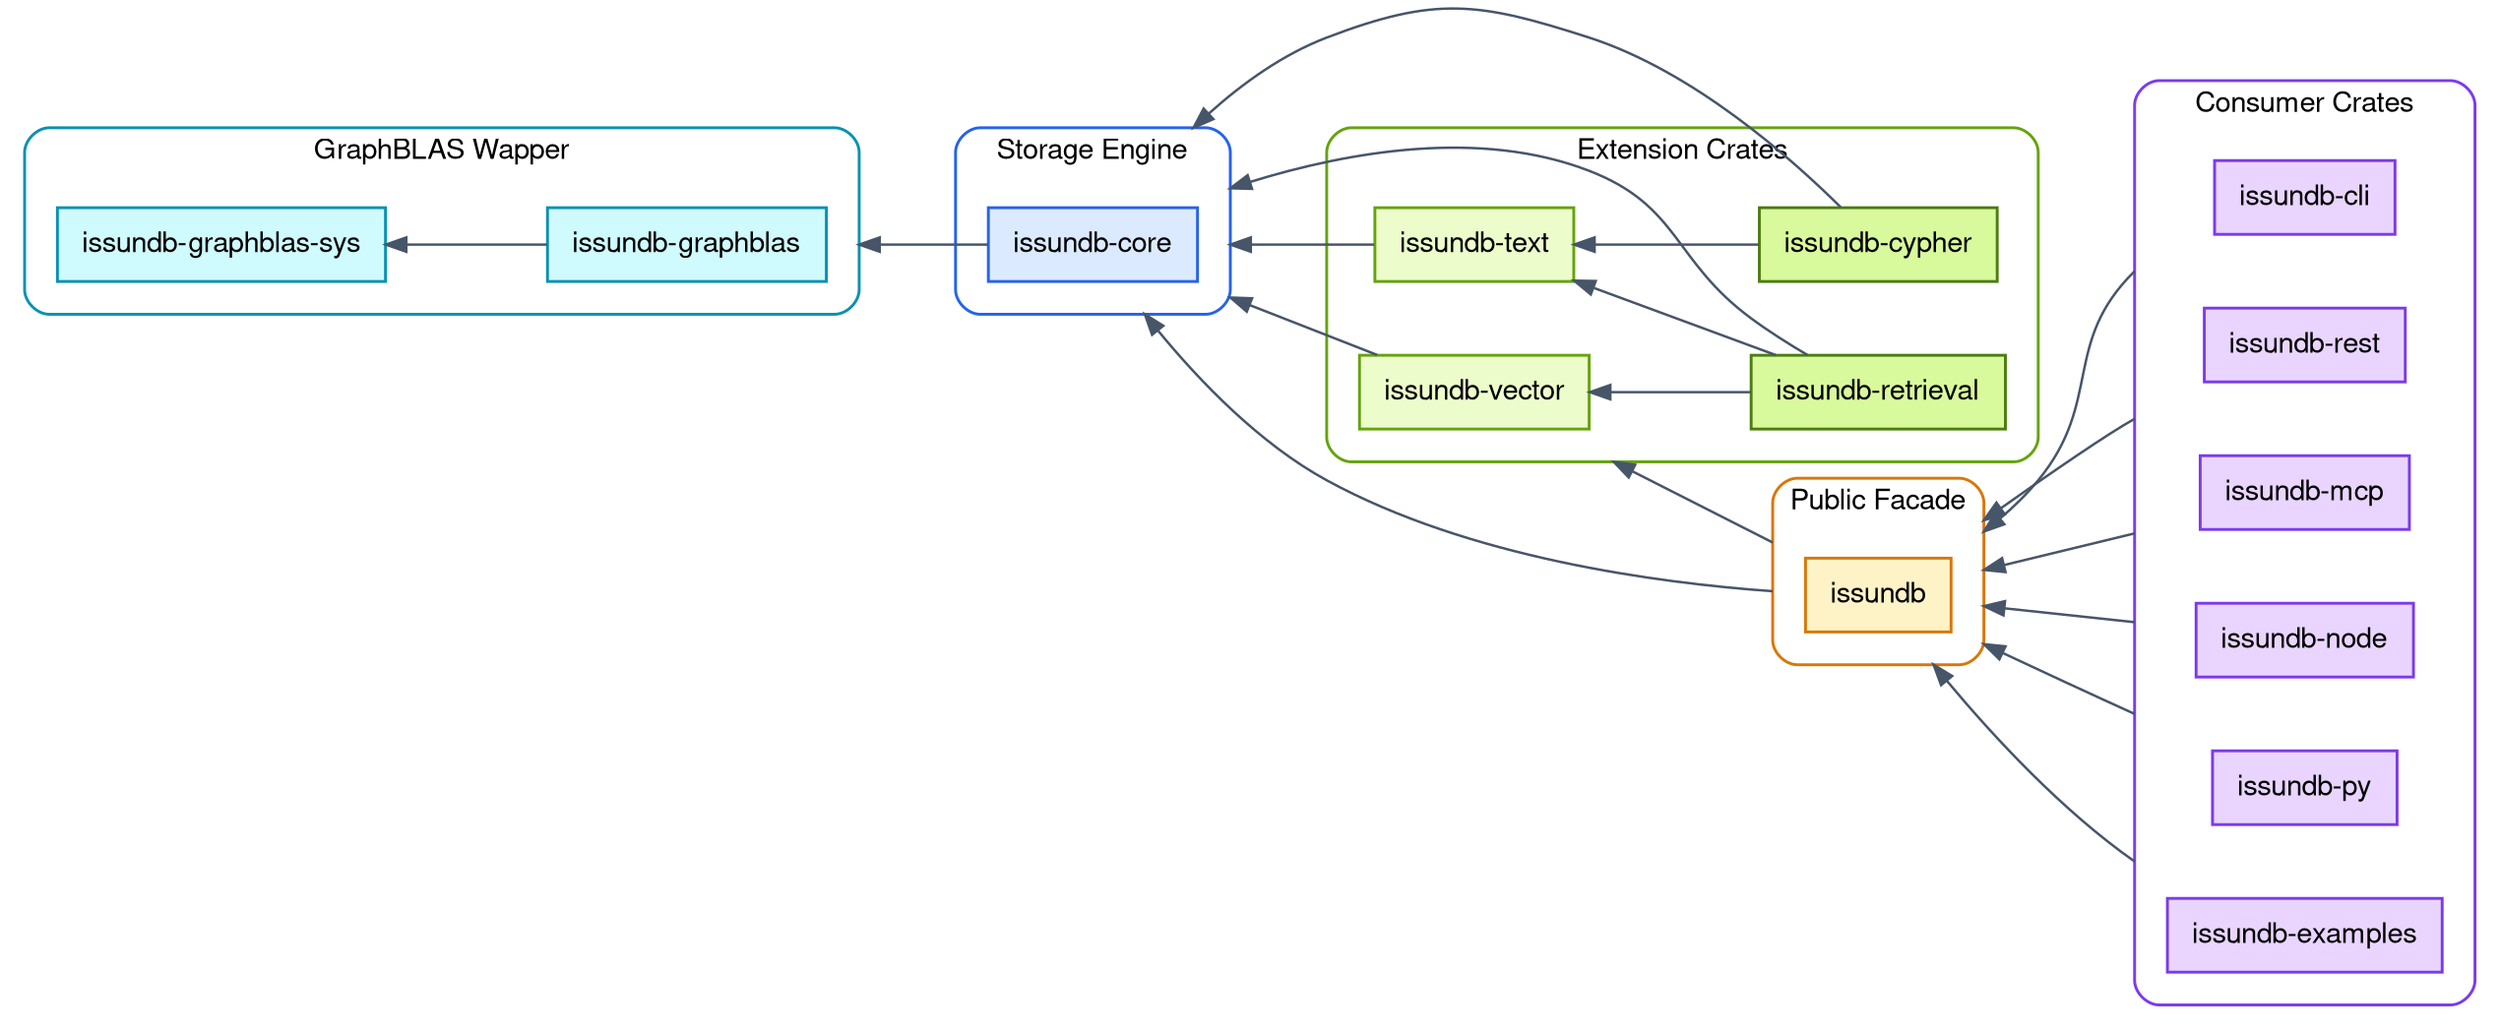
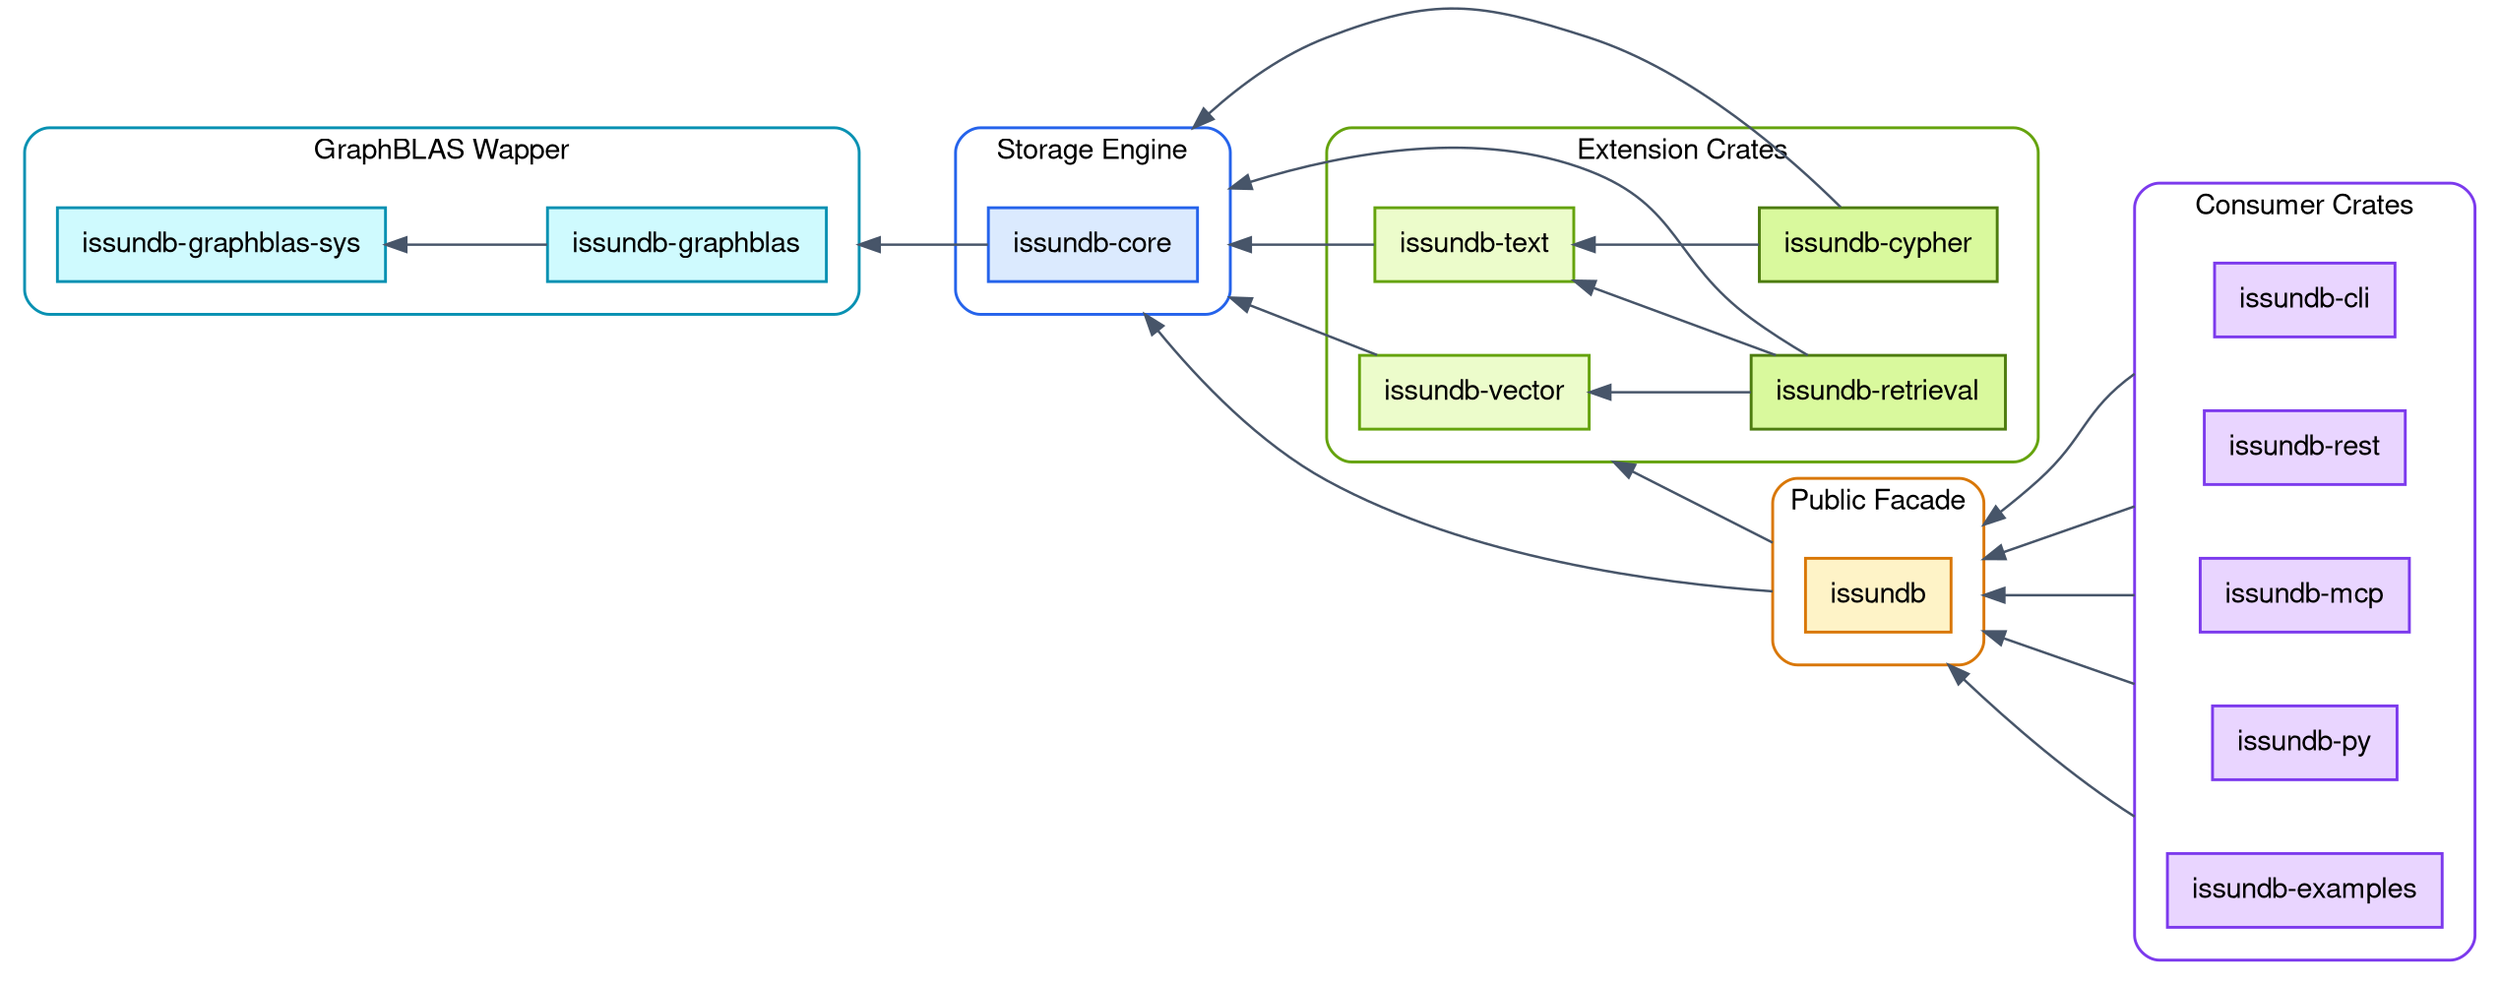
digraph IssunDBArchitecture {
    fontname = "Helvetica,Arial,sans-serif"
    layout = dot
    rankdir = RL
    ranksep = 1.1
    nodesep = 0.5
    splines = true
    bgcolor = "white"
    compound = true

    node [
    fontname = "Helvetica,Arial,sans-serif",
    shape = rect,
    style = "filled",
    color = "#475569",
    fillcolor = "white",
    penwidth = 1.4,
    margin = "0.16,0.10"
    ]

    edge [
    fontname = "Helvetica,Arial,sans-serif",
    fontsize = 10,
    color = "#475569",
    fontcolor = "#475569",
    penwidth = 1.2
    ]

    // ---------------------------------------------------------------
 // GraphBLAS foundation: raw FFI and safe wrapper.
 // ---------------------------------------------------------------
    subgraph cluster_graphblas {
    label = "GraphBLAS Wapper"
    fontname = "Helvetica,Arial,sans-serif"
    fontsize = 14
    style = "rounded"
    color = "#0891B2"
    penwidth = 1.4
    margin = 16

    graphblas_sys [label = "issundb-graphblas-sys", fillcolor = "#CFFAFE", color = "#0891B2"]
    graphblas [label = "issundb-graphblas", fillcolor = "#CFFAFE", color = "#0891B2"]
    }

    // ---------------------------------------------------------------
 // Storage engine: the foundation crate.
 // ---------------------------------------------------------------
    subgraph cluster_core {
    label = "Storage Engine"
    fontname = "Helvetica,Arial,sans-serif"
    fontsize = 14
    style = "rounded"
    color = "#2563EB"
    penwidth = 1.4
    margin = 16

    core [label = "issundb-core", fillcolor = "#DBEAFE", color = "#2563EB"]
    }

    // ---------------------------------------------------------------
 // Extension crates: depend on core, never on each other upward.
 // ---------------------------------------------------------------
    subgraph cluster_ext {
    label = "Extension Crates"
    fontname = "Helvetica,Arial,sans-serif"
    fontsize = 14
    style = "rounded"
    color = "#65A30D"
    penwidth = 1.4
    margin = 16

    vector [label = "issundb-vector", fillcolor = "#ECFCCB", color = "#65A30D"]
    text [label = "issundb-text", fillcolor = "#ECFCCB", color = "#65A30D"]
    retrieval [label = "issundb-retrieval", fillcolor = "#D9F99D", color = "#4D7C0F"]
    cypher [label = "issundb-cypher", fillcolor = "#D9F99D", color = "#4D7C0F"]
    }

    // ---------------------------------------------------------------
 // Public facade.
 // ---------------------------------------------------------------
    subgraph cluster_facade {
    label = "Public Facade"
    fontname = "Helvetica,Arial,sans-serif"
    fontsize = 14
    style = "rounded"
    color = "#D97706"
    penwidth = 1.4
    margin = 16

    facade [label = "issundb", fillcolor = "#FEF3C7", color = "#D97706"]
    }

    // ---------------------------------------------------------------
 // Consumers: bindings, servers, tools. Facade-only.
 // ---------------------------------------------------------------
    subgraph cluster_consumers {
    label = "Consumer Crates"
    fontname = "Helvetica,Arial,sans-serif"
    fontsize = 14
    style = "rounded"
    color = "#7C3AED"
    penwidth = 1.4
    margin = 16

    cli [label = "issundb-cli", fillcolor = "#E9D5FF", color = "#7C3AED"]
    rest [label = "issundb-rest", fillcolor = "#E9D5FF", color = "#7C3AED"]
    mcp [label = "issundb-mcp", fillcolor = "#E9D5FF", color = "#7C3AED"]
-     node_bind [label = "issundb-node", fillcolor = "#E9D5FF", color = "#7C3AED"]
    py_bind [label = "issundb-py", fillcolor = "#E9D5FF", color = "#7C3AED"]
    examples [label = "issundb-examples", fillcolor = "#E9D5FF", color = "#7C3AED"]
    }

    // ---------------------------------------------------------------
 // Dependency edges (point from dependent to dependency).
 // lhead/ltail clip the edge at the cluster border (compound = true)
 // so arrows attach to the enclosing cluster, not the inner box.
 // ---------------------------------------------------------------

    // GraphBLAS internal edge.
    graphblas -> graphblas_sys

    // Core depends on the safe GraphBLAS wrapper.
    core -> graphblas [lhead = cluster_graphblas]

    // Extension crates depend on core.
    vector -> core [lhead = cluster_core]
    text -> core [lhead = cluster_core]
    retrieval -> core [lhead = cluster_core]
    retrieval -> vector
    retrieval -> text
    cypher -> core [lhead = cluster_core]
    cypher -> text

    // Facade composes the extensions and core.
    facade -> core [ltail = cluster_facade, lhead = cluster_core]
    facade -> vector [ltail = cluster_facade, lhead = cluster_ext]

    // Consumers depend only on the facade.
    cli -> facade [ltail = cluster_consumers, lhead = cluster_facade]
    rest -> facade [ltail = cluster_consumers, lhead = cluster_facade]
    mcp -> facade [ltail = cluster_consumers, lhead = cluster_facade]
-     node_bind -> facade [ltail = cluster_consumers, lhead = cluster_facade]
    py_bind -> facade [ltail = cluster_consumers, lhead = cluster_facade]
    examples -> facade [ltail = cluster_consumers, lhead = cluster_facade]
}
